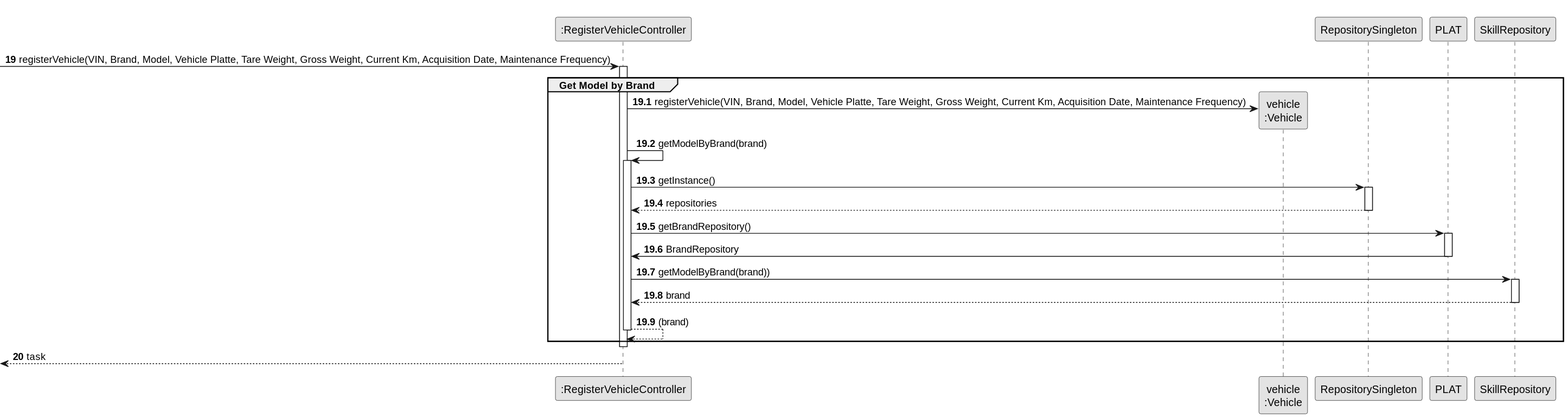
Above: docs/sprintB/us006/03.design/svg/us006-sequence-diagram-partial-get-model-by-brand.svg in ricardomm7/leaflink (PlantUML), before the change.
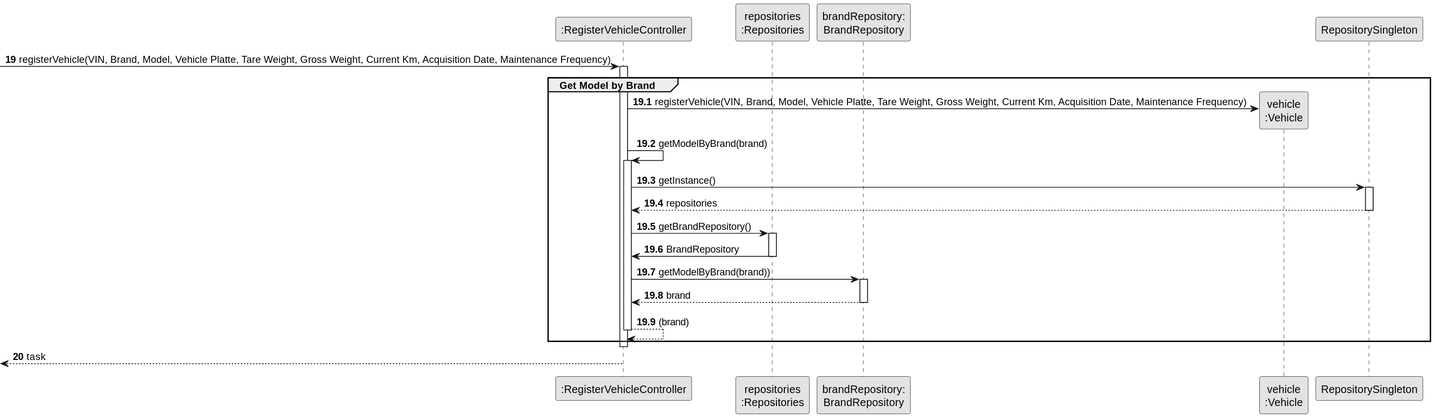
The same diagram one commit later.

Change to the diagram source:
```diff
@@ -4,6 +4,8 @@
 skinparam shadowing false
 
 participant ":RegisterVehicleController" as CTRL
+participant "repositories\n:Repositories" as PLAT
+participant "brandRepository:\nBrandRepository" as BrandRepository
 participant "vehicle\n:Vehicle" as VEI
 
 autonumber 19
@@ -30,11 +32,11 @@
             PLAT -> CTRL : BrandRepository
              deactivate PLAT
 
-             CTRL -> SkillRepository : getModelByBrand(brand))
-             activate SkillRepository
+             CTRL -> BrandRepository : getModelByBrand(brand))
+             activate BrandRepository
 
-             SkillRepository --> CTRL : brand
-             deactivate SkillRepository
+             BrandRepository --> CTRL : brand
+             deactivate BrandRepository
 
         CTRL --> CTRL : (brand)
         deactivate CTRL
```
